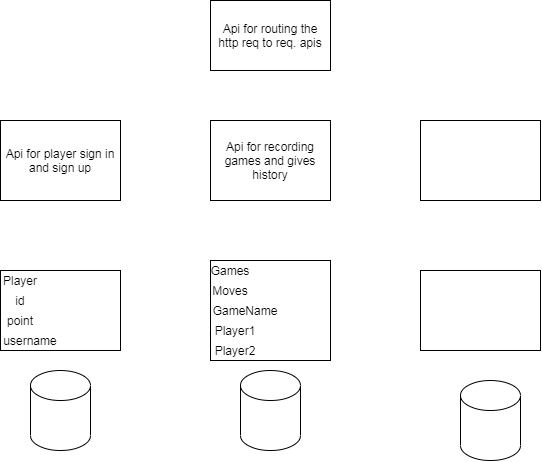
The draw.io diagram Service.png in emreisler/2DAndroidGame, before a commit. Source tidied: cells renumbered, new cells last; positions are measured from the earlier drawing's top-left corner, leaving out a move shared by most shapes.
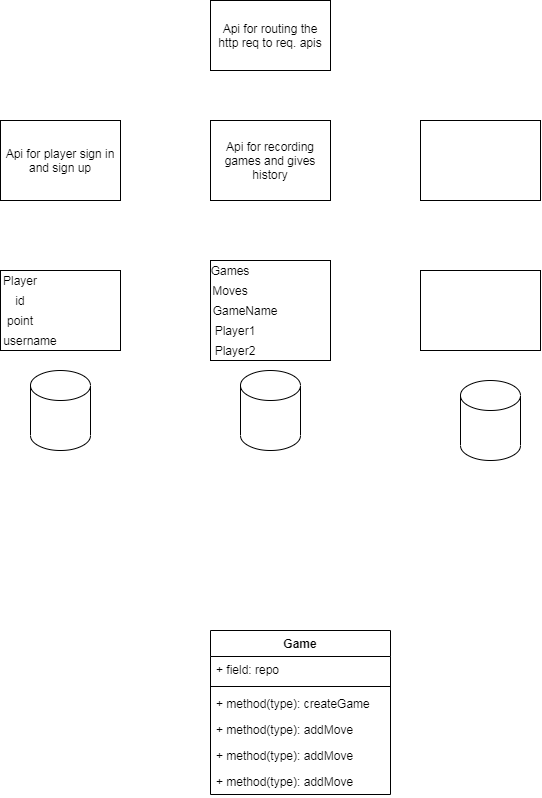
The same diagram one commit later.

The edit, as a diff of the source:
```diff
@@ -62,5 +62,26 @@
     <mxCell id="21" value="Api for recording games and gives history" style="rounded=0;whiteSpace=wrap;html=1;" parent="1" vertex="1">
       <mxGeometry x="210" y="120" width="120" height="80" as="geometry" />
     </mxCell>
+    <mxCell id="22" value="Game" style="swimlane;fontStyle=1;align=center;verticalAlign=top;horizontal=1;startSize=26;" parent="1" vertex="1">
+      <mxGeometry x="210" y="630" width="180" height="164" as="geometry" />
+    </mxCell>
+    <mxCell id="23" value="+ field: repo" style="text;strokeColor=none;fillColor=none;align=left;verticalAlign=top;spacingLeft=4;spacingRight=4;overflow=hidden;" parent="22" vertex="1">
+      <mxGeometry y="26" width="180" height="26" as="geometry" />
+    </mxCell>
+    <mxCell id="24" style="line;strokeWidth=1;fillColor=none;align=left;verticalAlign=middle;spacingTop=-1;spacingLeft=3;spacingRight=3;labelPosition=right;" parent="22" vertex="1">
+      <mxGeometry y="52" width="180" height="8" as="geometry" />
+    </mxCell>
+    <mxCell id="25" value="+ method(type): createGame" style="text;strokeColor=none;fillColor=none;align=left;verticalAlign=top;spacingLeft=4;spacingRight=4;overflow=hidden;" parent="22" vertex="1">
+      <mxGeometry y="60" width="180" height="26" as="geometry" />
+    </mxCell>
+    <mxCell id="26" value="+ method(type): addMove" style="text;strokeColor=none;fillColor=none;align=left;verticalAlign=top;spacingLeft=4;spacingRight=4;overflow=hidden;" parent="22" vertex="1">
+      <mxGeometry y="86" width="180" height="26" as="geometry" />
+    </mxCell>
+    <mxCell id="27" value="+ method(type): addMove" style="text;strokeColor=none;fillColor=none;align=left;verticalAlign=top;spacingLeft=4;spacingRight=4;overflow=hidden;" parent="22" vertex="1">
+      <mxGeometry y="112" width="180" height="26" as="geometry" />
+    </mxCell>
+    <mxCell id="28" value="+ method(type): addMove" style="text;strokeColor=none;fillColor=none;align=left;verticalAlign=top;spacingLeft=4;spacingRight=4;overflow=hidden;" parent="22" vertex="1">
+      <mxGeometry y="138" width="180" height="26" as="geometry" />
+    </mxCell>
   </root>
 </mxGraphModel>
```
